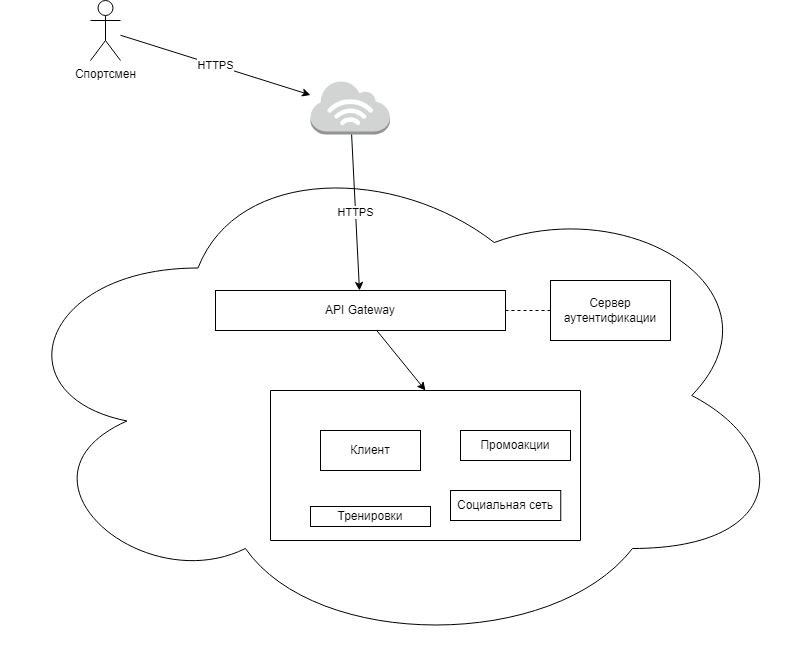
Above: docs/img/SkillBox_dip_vw_secur.png in aibolnu/dip_skillbox_2024 (draw.io), before the change. Source tidied: cells renumbered, new cells last; positions are measured from the earlier drawing's top-left corner, leaving out a move shared by most shapes. The source it was exported from:
```xml
<mxGraphModel>
  <root>
    <mxCell id="0" />
    <mxCell id="1" parent="0" />
    <mxCell id="2" style="ellipse;shape=cloud;whiteSpace=wrap;html=1;fillColor=default;" parent="1" vertex="1">
      <mxGeometry y="140" width="790" height="510" as="geometry" />
    </mxCell>
    <mxCell id="3" style="outlineConnect=0;dashed=0;verticalLabelPosition=bottom;verticalAlign=top;align=center;html=1;shape=mxgraph.aws3.internet_3;fillColor=#D2D3D3;gradientColor=none;" parent="1" vertex="1">
      <mxGeometry x="310" y="80" width="79.5" height="54" as="geometry" />
    </mxCell>
    <mxCell id="4" value="HTTPS" style="rounded=0;jettySize=auto;html=1;" parent="1" edge="1" source="3" target="7">
      <mxGeometry relative="1" as="geometry" />
    </mxCell>
    <mxCell id="5" value="HTTPS" style="rounded=0;jettySize=auto;html=1;" parent="1" edge="1" source="15" target="3">
      <mxGeometry relative="1" as="geometry" />
    </mxCell>
    <mxCell id="6" style="rounded=0;jettySize=auto;html=1;entryX=0.5;entryY=0;entryDx=0;entryDy=0;" parent="1" edge="1" source="7" target="10">
      <mxGeometry relative="1" as="geometry" />
    </mxCell>
    <mxCell id="7" value="API Gateway" style="rounded=0;whiteSpace=wrap;html=1;" parent="1" vertex="1">
      <mxGeometry x="215" y="290" width="290" height="40" as="geometry" />
    </mxCell>
    <mxCell id="8" style="rounded=0;jettySize=auto;html=1;dashed=1;endArrow=none;endFill=0;" parent="1" edge="1" source="9" target="7">
      <mxGeometry relative="1" as="geometry" />
    </mxCell>
    <mxCell id="9" value="Сервер аутентификации" style="rounded=0;whiteSpace=wrap;html=1;" parent="1" vertex="1">
      <mxGeometry x="550" y="280" width="120" height="60" as="geometry" />
    </mxCell>
    <mxCell id="10" style="swimlane;startSize=0;" parent="1" vertex="1">
      <mxGeometry x="270" y="390" width="310" height="150" as="geometry" />
    </mxCell>
    <mxCell id="11" value="Тренировки" style="rounded=0;whiteSpace=wrap;html=1;" parent="10" vertex="1">
      <mxGeometry x="40" y="116" width="120" height="20" as="geometry" />
    </mxCell>
    <mxCell id="12" value="Социальная сеть" style="rounded=0;whiteSpace=wrap;html=1;" parent="10" vertex="1">
      <mxGeometry x="180" y="100" width="110.2" height="30" as="geometry" />
    </mxCell>
    <mxCell id="13" value="Промоакции" style="rounded=0;whiteSpace=wrap;html=1;" parent="10" vertex="1">
      <mxGeometry x="190" y="40" width="110" height="30" as="geometry" />
    </mxCell>
    <mxCell id="14" value="Клиент" style="rounded=0;whiteSpace=wrap;html=1;" parent="10" vertex="1">
      <mxGeometry x="50" y="40" width="100" height="40" as="geometry" />
    </mxCell>
    <mxCell id="15" value="Спортсмен" style="shape=umlActor;verticalLabelPosition=bottom;verticalAlign=top;html=1;outlineConnect=0;" parent="1" vertex="1">
      <mxGeometry x="90" width="30" height="60" as="geometry" />
    </mxCell>
  </root>
</mxGraphModel>
```
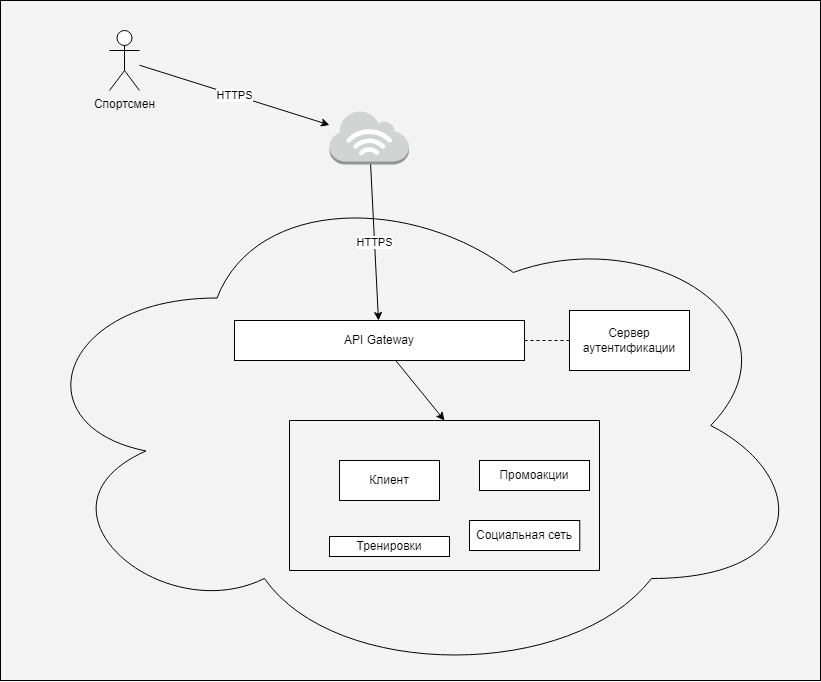
After the change.

The edit, as a diff of the source:
```diff
@@ -2,7 +2,10 @@
   <root>
     <mxCell id="0" />
     <mxCell id="1" parent="0" />
+    <mxCell id="16" style="rounded=0;whiteSpace=wrap;html=1;fillColor=#F3F3F3;" parent="1" vertex="1">
+      <mxGeometry x="-19" y="-30" width="820" height="680" as="geometry" />
+    </mxCell>
-    <mxCell id="2" style="ellipse;shape=cloud;whiteSpace=wrap;html=1;fillColor=default;" parent="1" vertex="1">
+    <mxCell id="2" style="ellipse;shape=cloud;whiteSpace=wrap;html=1;fillColor=none;" parent="1" vertex="1">
       <mxGeometry y="140" width="790" height="510" as="geometry" />
     </mxCell>
     <mxCell id="3" style="outlineConnect=0;dashed=0;verticalLabelPosition=bottom;verticalAlign=top;align=center;html=1;shape=mxgraph.aws3.internet_3;fillColor=#D2D3D3;gradientColor=none;" parent="1" vertex="1">
```
